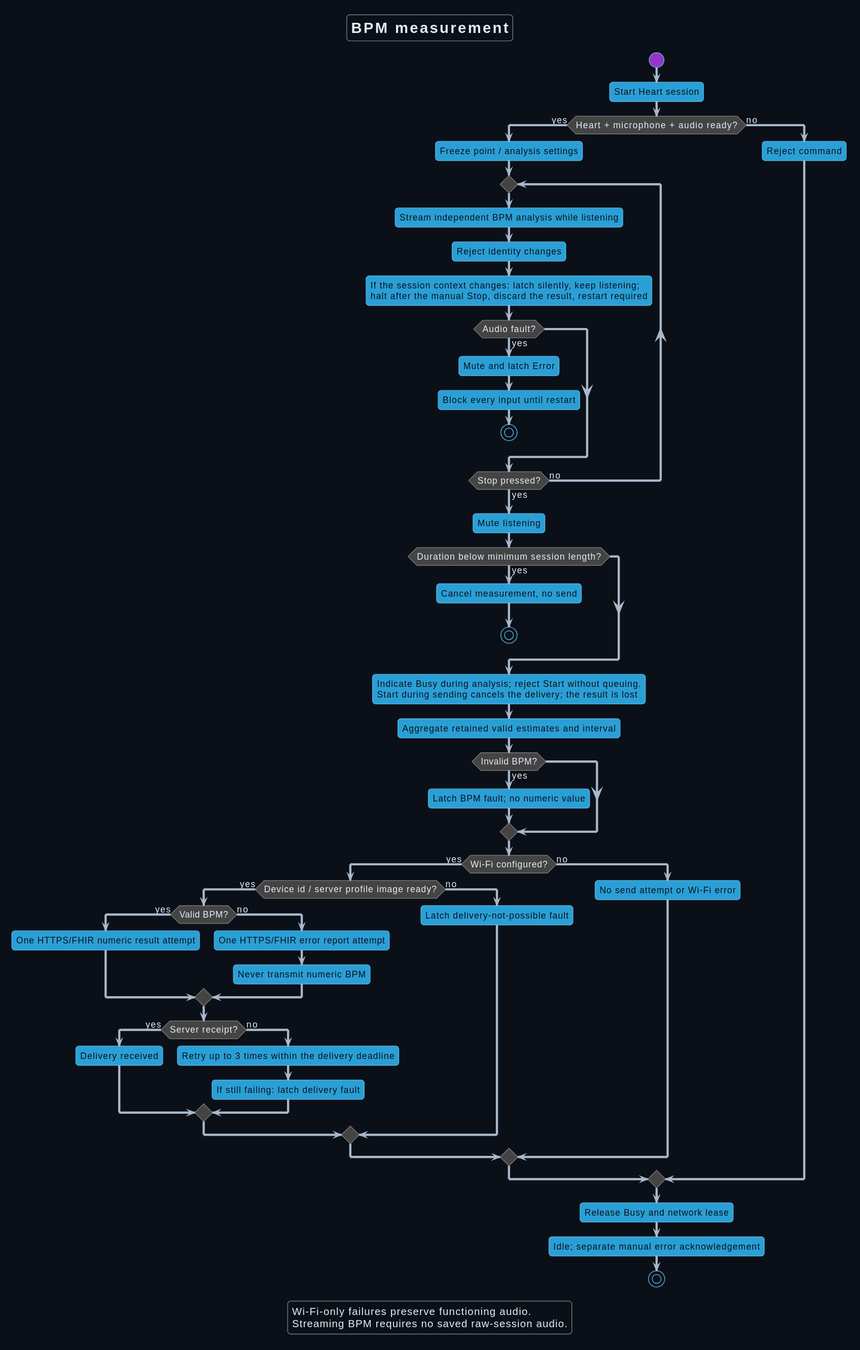
Above: Development/system/architecture/system/rendered/measurement_workflow.svg in DemonicPsychoII/DigitalStethoscope (PlantUML), before the change.
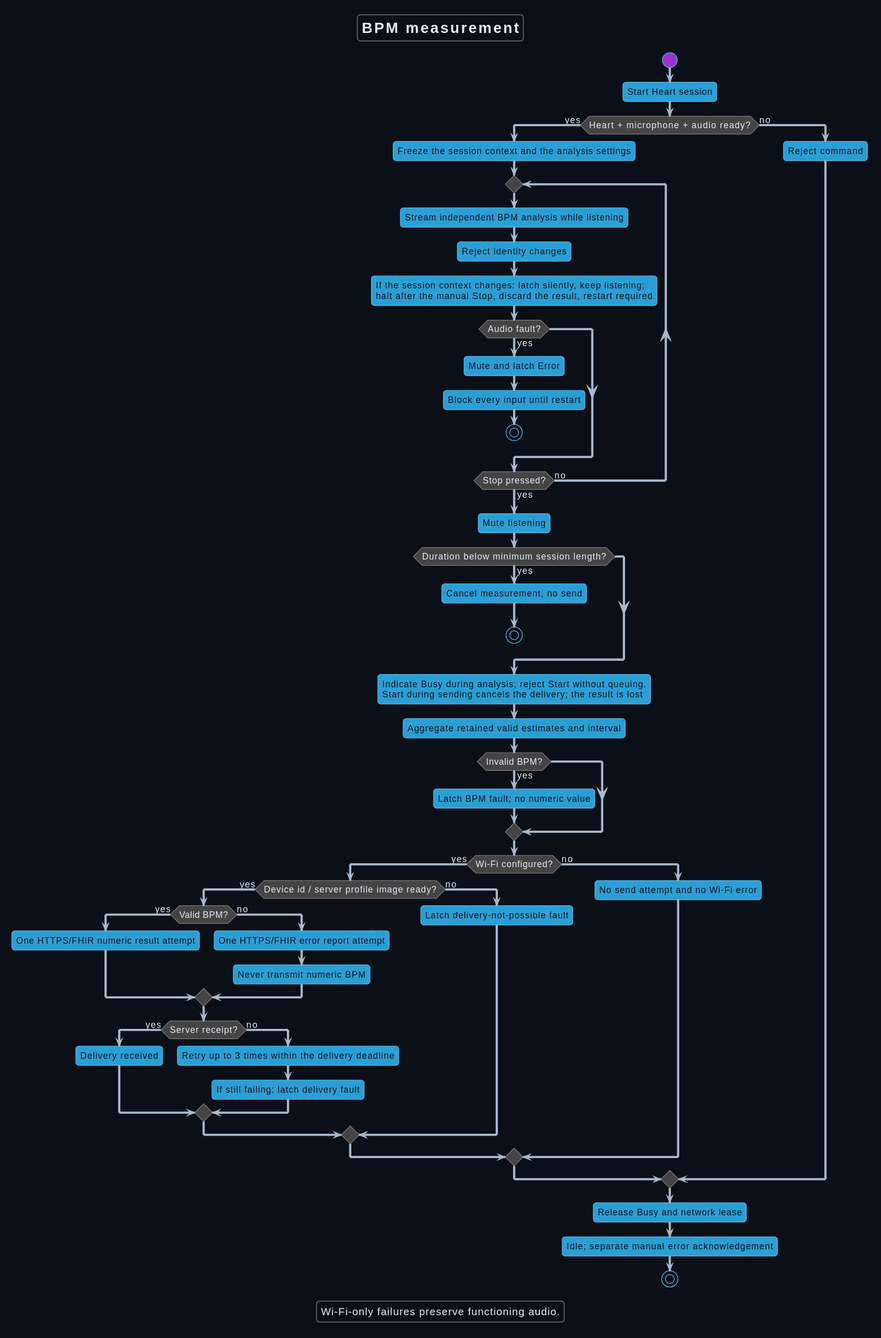
The same diagram one commit later.

Diff of the diagram source:
```diff
@@ -13,7 +13,7 @@
 start
 :Start Heart session;
 if (Heart + microphone + audio ready?) then (yes)
- :Freeze point / analysis settings;
+ :Freeze the session context and the analysis settings;
  repeat
   :Stream independent BPM analysis while listening;
   :Reject identity changes;
@@ -52,7 +52,7 @@
    :Latch delivery-not-possible fault;
   endif
  else (no)
-  :No send attempt or Wi-Fi error;
+  :No send attempt and no Wi-Fi error;
  endif
 else (no)
  :Reject command;
@@ -62,6 +62,5 @@
 stop
 legend bottom
   Wi-Fi-only failures preserve functioning audio.
-  Streaming BPM requires no saved raw-session audio.
 endlegend
 @enduml
```
